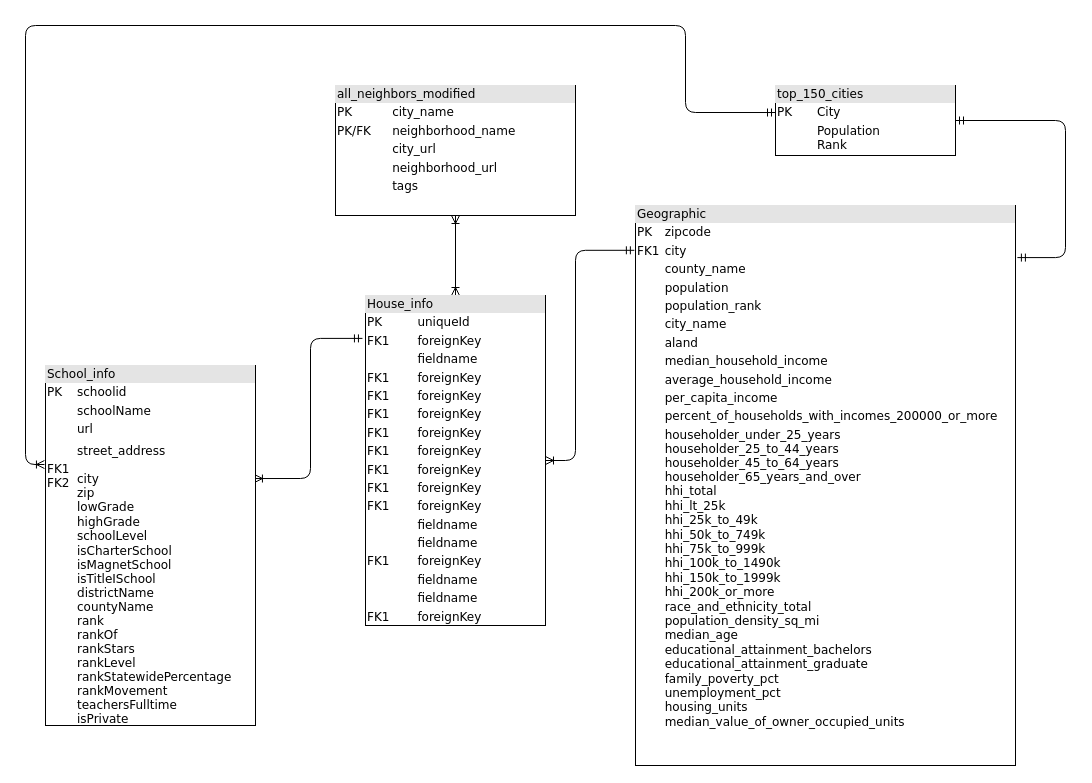
The draw.io diagram Diagram/DataBase-Diagram.drawio in sakuraszy/STATS-170A-Group, before the edit. Source tidied: cells renumbered, new cells numbered last; positions are measured from the earlier drawing's top-left corner, leaving out a move shared by most shapes. Both pictures are drawn from the tidied source at 100%, with x=0, y=0 at pixel (25, 25).
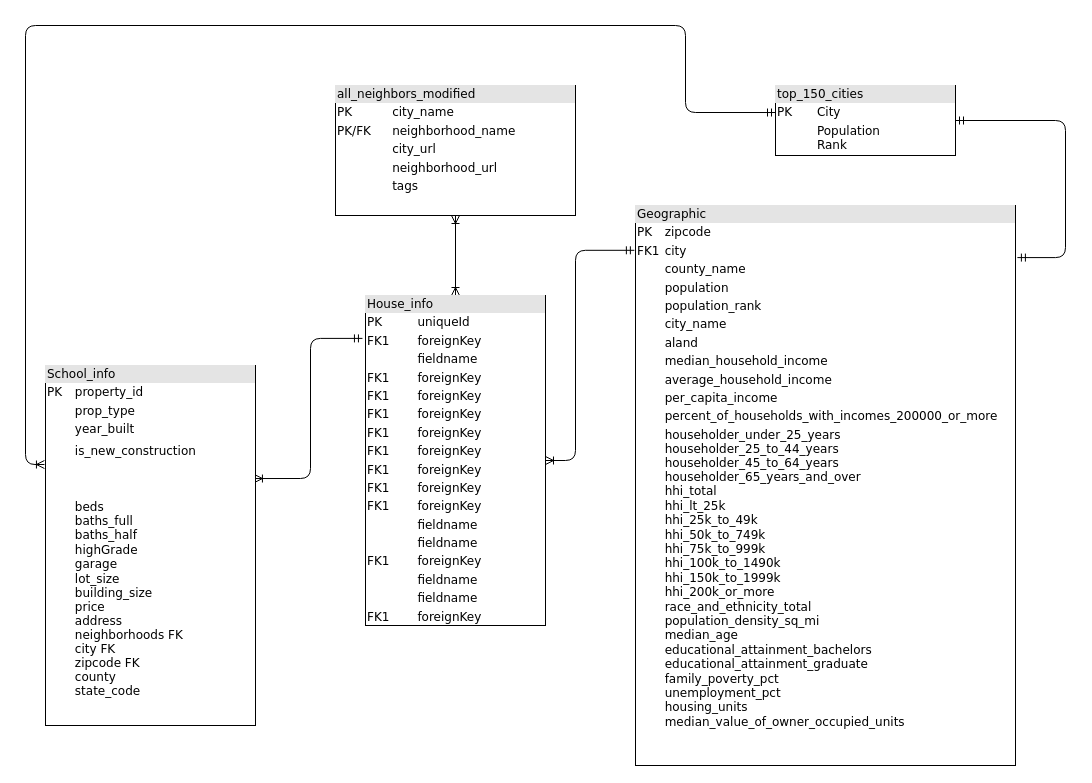
Above is the later version.

Diff of the diagram source:
```diff
@@
 <mxGraphModel background="#ffffff">
   <root>
     <mxCell id="0" />
     <mxCell id="1" parent="0" />
     <mxCell id="2" style="edgeStyle=orthogonalEdgeStyle;html=1;entryX=0.5;entryY=0;labelBackgroundColor=none;startArrow=ERoneToMany;endArrow=ERoneToMany;fontFamily=Verdana;fontSize=12;align=left;startFill=0;" parent="1" edge="1" source="4" target="9">
       <mxGeometry relative="1" as="geometry" />
     </mxCell>
     <mxCell id="3" style="edgeStyle=orthogonalEdgeStyle;html=1;labelBackgroundColor=none;startArrow=ERmandOne;endArrow=ERmandOne;fontFamily=Verdana;fontSize=12;align=left;startFill=0;endFill=0;entryX=1.005;entryY=0.093;entryDx=0;entryDy=0;entryPerimeter=0;exitX=1;exitY=0.5;exitDx=0;exitDy=0;" parent="1" edge="1" source="11" target="10">
       <mxGeometry relative="1" as="geometry">
         <Array as="points">
           <mxPoint x="1040" y="95" />
           <mxPoint x="1040" y="232" />
         </Array>
       </mxGeometry>
     </mxCell>
     <mxCell id="4" value="&lt;div style=&quot;box-sizing: border-box ; width: 100% ; background: #e4e4e4 ; padding: 2px&quot;&gt;all_neighbors_modified&lt;/div&gt;&lt;table style=&quot;width: 100% ; font-size: 1em&quot; cellpadding=&quot;2&quot; cellspacing=&quot;0&quot;&gt;&lt;tbody&gt;&lt;tr&gt;&lt;td&gt;PK&lt;/td&gt;&lt;td&gt;city_name&lt;/td&gt;&lt;/tr&gt;&lt;tr&gt;&lt;td&gt;PK/FK&lt;/td&gt;&lt;td&gt;neighborhood_name&lt;/td&gt;&lt;/tr&gt;&lt;tr&gt;&lt;td&gt;&lt;/td&gt;&lt;td&gt;city_url&lt;/td&gt;&lt;/tr&gt;&lt;tr&gt;&lt;td&gt;&lt;br&gt;&lt;/td&gt;&lt;td&gt;neighborhood_url&lt;br&gt;&lt;/td&gt;&lt;/tr&gt;&lt;tr&gt;&lt;td&gt;&lt;br&gt;&lt;/td&gt;&lt;td&gt;tags&lt;br&gt;&lt;/td&gt;&lt;/tr&gt;&lt;tr&gt;&lt;td&gt;&lt;br&gt;&lt;/td&gt;&lt;td&gt;&lt;br&gt;&lt;/td&gt;&lt;/tr&gt;&lt;/tbody&gt;&lt;/table&gt;" style="verticalAlign=top;align=left;overflow=fill;html=1;rounded=0;shadow=0;comic=0;labelBackgroundColor=none;strokeWidth=1;fontFamily=Verdana;fontSize=12;" parent="1" vertex="1">
       <mxGeometry x="310" y="60" width="240" height="130" as="geometry" />
     </mxCell>
     <mxCell id="5" style="edgeStyle=orthogonalEdgeStyle;jettySize=auto;html=1;entryX=0;entryY=0.386;entryDx=0;entryDy=0;entryPerimeter=0;endArrow=ERmandOne;endFill=0;exitX=-0.005;exitY=0.275;exitDx=0;exitDy=0;exitPerimeter=0;startArrow=ERoneToMany;startFill=0;rounded=1;" parent="1" edge="1" source="7" target="11">
       <mxGeometry relative="1" as="geometry">
         <Array as="points">
           <mxPoint y="439" />
           <mxPoint />
           <mxPoint x="660" />
           <mxPoint x="660" y="87" />
         </Array>
       </mxGeometry>
     </mxCell>
     <mxCell id="6" style="edgeStyle=orthogonalEdgeStyle;rounded=1;jettySize=auto;html=1;entryX=-0.017;entryY=0.13;entryDx=0;entryDy=0;startArrow=ERoneToMany;startFill=0;endArrow=ERmandOne;endFill=0;entryPerimeter=0;exitX=0.995;exitY=0.314;exitDx=0;exitDy=0;exitPerimeter=0;" parent="1" edge="1" source="7" target="9">
       <mxGeometry relative="1" as="geometry" />
     </mxCell>
-    <mxCell id="7" value="&lt;div style=&quot;box-sizing: border-box ; width: 100% ; background-color: rgb(228 , 228 , 228) ; padding: 2px&quot;&gt;&lt;font style=&quot;font-size: 12px&quot;&gt;School_info&lt;/font&gt;&lt;/div&gt;&lt;table style=&quot;width: 100%&quot; cellpadding=&quot;2&quot; cellspacing=&quot;0&quot;&gt;&lt;tbody&gt;&lt;tr&gt;&lt;td&gt;&lt;font style=&quot;font-size: 12px&quot;&gt;PK&lt;/font&gt;&lt;/td&gt;&lt;td&gt;&lt;font style=&quot;font-size: 12px&quot;&gt;schoolid&lt;/font&gt;&lt;/td&gt;&lt;/tr&gt;&lt;tr&gt;&lt;td&gt;&lt;font style=&quot;font-size: 12px&quot;&gt;&lt;br&gt;&lt;/font&gt;&lt;/td&gt;&lt;td&gt;&lt;font style=&quot;font-size: 12px&quot;&gt;schoolName&lt;br&gt;&lt;/font&gt;&lt;/td&gt;&lt;/tr&gt;&lt;tr&gt;&lt;td&gt;&lt;/td&gt;&lt;td&gt;&lt;font style=&quot;font-size: 12px&quot;&gt;url&lt;/font&gt;&lt;/td&gt;&lt;/tr&gt;&lt;tr&gt;&lt;td&gt;&lt;font style=&quot;font-size: 12px&quot;&gt;&lt;br&gt;&lt;/font&gt;&lt;/td&gt;&lt;td&gt;&lt;p style=&quot;margin: 0px ; font-stretch: normal ; line-height: normal ; font-family: &amp;#34;helvetica neue&amp;#34;&quot;&gt;&lt;font face=&quot;Verdana&quot; style=&quot;font-size: 12px&quot;&gt;street_address&lt;/font&gt;&lt;/p&gt;&lt;/td&gt;&lt;/tr&gt;&lt;tr&gt;&lt;td&gt;&lt;font style=&quot;font-size: 12px&quot;&gt;FK1&lt;br&gt;FK2&lt;br&gt;&lt;br&gt;&lt;br&gt;&lt;br&gt;&lt;br&gt;&lt;br&gt;&lt;br&gt;&lt;br&gt;&lt;br&gt;&lt;br&gt;&lt;br&gt;&lt;br&gt;&lt;br&gt;&lt;br&gt;&lt;br&gt;&lt;br&gt;&lt;br&gt;&lt;br&gt;&lt;br&gt;&lt;br&gt;&lt;/font&gt;&lt;/td&gt;&lt;td&gt;&lt;font style=&quot;font-size: 12px&quot;&gt;city&lt;br&gt;zip&lt;br&gt;lowGrade&lt;br&gt;highGrade&lt;br&gt;schoolLevel&lt;br&gt;&lt;p style=&quot;margin: 0px ; font-stretch: normal ; line-height: normal&quot;&gt;isCharterSchool&lt;/p&gt;&lt;p style=&quot;margin: 0px ; font-stretch: normal ; line-height: normal&quot;&gt;isMagnetSchool&lt;/p&gt;&lt;p style=&quot;margin: 0px ; font-stretch: normal ; line-height: normal&quot;&gt;isTitleISchool&lt;/p&gt;&lt;p style=&quot;margin: 0px ; font-stretch: normal ; line-height: normal&quot;&gt;districtName&lt;/p&gt;&lt;p style=&quot;margin: 0px ; font-stretch: normal ; line-height: normal&quot;&gt;countyName&lt;/p&gt;&lt;p style=&quot;margin: 0px ; font-stretch: normal ; line-height: normal&quot;&gt;rank&lt;/p&gt;&lt;p style=&quot;margin: 0px ; font-stretch: normal ; line-height: normal&quot;&gt;rankOf&lt;/p&gt;&lt;p style=&quot;margin: 0px ; font-stretch: normal ; line-height: normal&quot;&gt;rankStars&lt;/p&gt;&lt;p style=&quot;margin: 0px ; font-stretch: normal ; line-height: normal&quot;&gt;rankLevel&lt;/p&gt;&lt;p style=&quot;margin: 0px ; font-stretch: normal ; line-height: normal&quot;&gt;rankStatewidePercentage&lt;/p&gt;&lt;p style=&quot;margin: 0px ; font-stretch: normal ; line-height: normal&quot;&gt;rankMovement&lt;/p&gt;&lt;p style=&quot;margin: 0px ; font-stretch: normal ; line-height: normal&quot;&gt;teachersFulltime&lt;/p&gt;&lt;p style=&quot;margin: 0px ; font-stretch: normal ; line-height: normal&quot;&gt;isPrivate&lt;/p&gt;&lt;p style=&quot;margin: 0px ; font-stretch: normal ; line-height: normal&quot;&gt;&lt;br&gt;&lt;/p&gt;&lt;p style=&quot;margin: 0px ; font-stretch: normal ; line-height: normal&quot;&gt;&lt;br&gt;&lt;/p&gt;&lt;/font&gt;&lt;/td&gt;&lt;/tr&gt;&lt;/tbody&gt;&lt;/table&gt;" style="verticalAlign=top;align=left;overflow=fill;html=1;rounded=0;shadow=0;comic=0;labelBackgroundColor=none;strokeWidth=1;fontFamily=Verdana;fontSize=12;" parent="1" vertex="1">
+    <mxCell id="7" value="&lt;div style=&quot;box-sizing: border-box ; width: 100% ; background-color: rgb(228 , 228 , 228) ; padding: 2px&quot;&gt;&lt;font style=&quot;font-size: 12px&quot;&gt;School_info&lt;/font&gt;&lt;/div&gt;&lt;table style=&quot;width: 100%&quot; cellpadding=&quot;2&quot; cellspacing=&quot;0&quot;&gt;&lt;tbody&gt;&lt;tr&gt;&lt;td&gt;&lt;font style=&quot;font-size: 12px&quot;&gt;PK&lt;/font&gt;&lt;/td&gt;&lt;td&gt;&lt;font style=&quot;font-size: 12px&quot;&gt;property_id&lt;/font&gt;&lt;/td&gt;&lt;/tr&gt;&lt;tr&gt;&lt;td&gt;&lt;font style=&quot;font-size: 12px&quot;&gt;&lt;br&gt;&lt;/font&gt;&lt;/td&gt;&lt;td&gt;&lt;font style=&quot;font-size: 12px&quot;&gt;prop_type&lt;br&gt;&lt;/font&gt;&lt;/td&gt;&lt;/tr&gt;&lt;tr&gt;&lt;td&gt;&lt;/td&gt;&lt;td&gt;&lt;font style=&quot;font-size: 12px&quot;&gt;year_built&lt;/font&gt;&lt;/td&gt;&lt;/tr&gt;&lt;tr&gt;&lt;td&gt;&lt;font style=&quot;font-size: 12px&quot;&gt;&lt;br&gt;&lt;/font&gt;&lt;/td&gt;&lt;td&gt;&lt;p style=&quot;margin: 0px ; font-stretch: normal ; line-height: normal ; font-family: &amp;#34;helvetica neue&amp;#34;&quot;&gt;&lt;font face=&quot;Verdana&quot; style=&quot;font-size: 12px&quot;&gt;is_new_construction&lt;/font&gt;&lt;/p&gt;&lt;/td&gt;&lt;/tr&gt;&lt;tr&gt;&lt;td&gt;&lt;font style=&quot;font-size: 12px&quot;&gt;&lt;br&gt;&lt;br&gt;&lt;br&gt;&lt;br&gt;&lt;br&gt;&lt;br&gt;&lt;br&gt;&lt;br&gt;&lt;br&gt;&lt;br&gt;&lt;br&gt;&lt;br&gt;&lt;br&gt;&lt;br&gt;&lt;br&gt;&lt;br&gt;&lt;br&gt;&lt;br&gt;&lt;br&gt;&lt;br&gt;&lt;br&gt;&lt;/font&gt;&lt;/td&gt;&lt;td&gt;&lt;font&gt;beds&lt;br&gt;baths_full&lt;br&gt;baths_half&lt;br&gt;highGrade&lt;br&gt;garage&lt;br&gt;&lt;p style=&quot;font-size: 12px ; margin: 0px ; font-stretch: normal ; line-height: normal&quot;&gt;lot_size&lt;/p&gt;&lt;p style=&quot;font-size: 12px ; margin: 0px ; font-stretch: normal ; line-height: normal&quot;&gt;building_size&lt;/p&gt;&lt;p style=&quot;font-size: 12px ; margin: 0px ; font-stretch: normal ; line-height: normal&quot;&gt;price&lt;/p&gt;&lt;p style=&quot;font-size: 12px ; margin: 0px ; font-stretch: normal ; line-height: normal&quot;&gt;address&lt;/p&gt;&lt;p style=&quot;font-size: 12px ; margin: 0px ; font-stretch: normal ; line-height: normal&quot;&gt;&lt;span&gt;neighborhoods FK&lt;/span&gt;&lt;/p&gt;&lt;p style=&quot;font-size: 12px ; margin: 0px ; font-stretch: normal ; line-height: normal&quot;&gt;city FK&lt;/p&gt;&lt;p style=&quot;font-size: 12px ; margin: 0px ; font-stretch: normal ; line-height: normal&quot;&gt;zipcode FK&lt;/p&gt;&lt;p style=&quot;font-size: 12px ; margin: 0px ; font-stretch: normal ; line-height: normal&quot;&gt;county&lt;/p&gt;&lt;p style=&quot;font-size: 12px ; margin: 0px ; font-stretch: normal ; line-height: normal&quot;&gt;state_code&lt;/p&gt;&lt;p style=&quot;font-size: 12px ; margin: 0px ; font-stretch: normal ; line-height: normal&quot;&gt;&lt;br&gt;&lt;/p&gt;&lt;p style=&quot;font-size: 12px ; margin: 0px ; font-stretch: normal ; line-height: normal&quot;&gt;&lt;br&gt;&lt;/p&gt;&lt;/font&gt;&lt;/td&gt;&lt;/tr&gt;&lt;/tbody&gt;&lt;/table&gt;" style="verticalAlign=top;align=left;overflow=fill;html=1;rounded=0;shadow=0;comic=0;labelBackgroundColor=none;strokeWidth=1;fontFamily=Verdana;fontSize=12;" parent="1" vertex="1">
       <mxGeometry x="20" y="340" width="210" height="360" as="geometry" />
     </mxCell>
     <mxCell id="8" style="edgeStyle=orthogonalEdgeStyle;jettySize=auto;html=1;startArrow=ERoneToMany;startFill=0;endArrow=ERmandOne;endFill=0;rounded=1;entryX=-0.003;entryY=0.08;entryDx=0;entryDy=0;entryPerimeter=0;" parent="1" edge="1" source="9" target="10">
       <mxGeometry relative="1" as="geometry">
         <Array as="points">
           <mxPoint x="550" y="435" />
           <mxPoint x="550" y="225" />
         </Array>
       </mxGeometry>
     </mxCell>
     <mxCell id="9" value="&lt;div style=&quot;box-sizing: border-box ; width: 100% ; background: #e4e4e4 ; padding: 2px&quot;&gt;House_info&lt;/div&gt;&lt;table style=&quot;width: 100% ; font-size: 1em&quot; cellpadding=&quot;2&quot; cellspacing=&quot;0&quot;&gt;&lt;tbody&gt;&lt;tr&gt;&lt;td&gt;PK&lt;/td&gt;&lt;td&gt;uniqueId&lt;/td&gt;&lt;/tr&gt;&lt;tr&gt;&lt;td&gt;FK1&lt;/td&gt;&lt;td&gt;foreignKey&lt;/td&gt;&lt;/tr&gt;&lt;tr&gt;&lt;td&gt;&lt;/td&gt;&lt;td&gt;fieldname&lt;/td&gt;&lt;/tr&gt;&lt;tr&gt;&lt;td&gt;FK1&lt;br&gt;&lt;/td&gt;&lt;td&gt;foreignKey&lt;br&gt;&lt;/td&gt;&lt;/tr&gt;&lt;tr&gt;&lt;td&gt;FK1&lt;br&gt;&lt;/td&gt;&lt;td&gt;foreignKey&lt;br&gt;&lt;/td&gt;&lt;/tr&gt;&lt;tr&gt;&lt;td&gt;FK1&lt;br&gt;&lt;/td&gt;&lt;td&gt;foreignKey&lt;br&gt;&lt;/td&gt;&lt;/tr&gt;&lt;tr&gt;&lt;td&gt;FK1&lt;br&gt;&lt;/td&gt;&lt;td&gt;foreignKey&lt;br&gt;&lt;/td&gt;&lt;/tr&gt;&lt;tr&gt;&lt;td&gt;FK1&lt;br&gt;&lt;/td&gt;&lt;td&gt;foreignKey&lt;br&gt;&lt;/td&gt;&lt;/tr&gt;&lt;tr&gt;&lt;td&gt;FK1&lt;br&gt;&lt;/td&gt;&lt;td&gt;foreignKey&lt;br&gt;&lt;/td&gt;&lt;/tr&gt;&lt;tr&gt;&lt;td&gt;FK1&lt;br&gt;&lt;/td&gt;&lt;td&gt;foreignKey&lt;br&gt;&lt;/td&gt;&lt;/tr&gt;&lt;tr&gt;&lt;td&gt;FK1&lt;br&gt;&lt;/td&gt;&lt;td&gt;foreignKey&lt;br&gt;&lt;/td&gt;&lt;/tr&gt;&lt;tr&gt;&lt;td&gt;&lt;br&gt;&lt;/td&gt;&lt;td&gt;fieldname&lt;br&gt;&lt;/td&gt;&lt;/tr&gt;&lt;tr&gt;&lt;td&gt;&lt;br&gt;&lt;/td&gt;&lt;td&gt;fieldname&lt;br&gt;&lt;/td&gt;&lt;/tr&gt;&lt;tr&gt;&lt;td&gt;FK1&lt;br&gt;&lt;/td&gt;&lt;td&gt;foreignKey&lt;br&gt;&lt;/td&gt;&lt;/tr&gt;&lt;tr&gt;&lt;td&gt;&lt;br&gt;&lt;/td&gt;&lt;td&gt;fieldname&lt;br&gt;&lt;/td&gt;&lt;/tr&gt;&lt;tr&gt;&lt;td&gt;&lt;br&gt;&lt;/td&gt;&lt;td&gt;fieldname&lt;br&gt;&lt;/td&gt;&lt;/tr&gt;&lt;tr&gt;&lt;td&gt;FK1&lt;br&gt;&lt;/td&gt;&lt;td&gt;foreignKey&lt;br&gt;&lt;/td&gt;&lt;/tr&gt;&lt;/tbody&gt;&lt;/table&gt;" style="verticalAlign=top;align=left;overflow=fill;html=1;rounded=0;shadow=0;comic=0;labelBackgroundColor=none;strokeWidth=1;fontFamily=Verdana;fontSize=12;" parent="1" vertex="1">
       <mxGeometry x="340" y="270" width="180" height="330" as="geometry" />
     </mxCell>
     <mxCell id="10" value="&lt;div style=&quot;box-sizing: border-box ; width: 100% ; background: #e4e4e4 ; padding: 2px&quot;&gt;Geographic&lt;/div&gt;&lt;table style=&quot;width: 100%&quot; cellpadding=&quot;2&quot; cellspacing=&quot;0&quot;&gt;&lt;tbody&gt;&lt;tr&gt;&lt;td&gt;PK&lt;/td&gt;&lt;td&gt;zipcode&lt;/td&gt;&lt;/tr&gt;&lt;tr&gt;&lt;td&gt;FK1&lt;/td&gt;&lt;td&gt;city&lt;/td&gt;&lt;/tr&gt;&lt;tr&gt;&lt;td&gt;&lt;/td&gt;&lt;td&gt;county_name&lt;br&gt;&lt;/td&gt;&lt;/tr&gt;&lt;tr&gt;&lt;td&gt;&lt;br&gt;&lt;/td&gt;&lt;td&gt;population&lt;/td&gt;&lt;/tr&gt;&lt;tr&gt;&lt;td&gt;&lt;br&gt;&lt;/td&gt;&lt;td&gt;population_rank&lt;br&gt;&lt;/td&gt;&lt;/tr&gt;&lt;tr&gt;&lt;td&gt;&lt;br&gt;&lt;/td&gt;&lt;td&gt;city_name&lt;/td&gt;&lt;/tr&gt;&lt;tr&gt;&lt;td&gt;&lt;br&gt;&lt;/td&gt;&lt;td&gt;aland&lt;/td&gt;&lt;/tr&gt;&lt;tr&gt;&lt;td&gt;&lt;br&gt;&lt;/td&gt;&lt;td&gt;&lt;p style=&quot;margin: 0px ; font-stretch: normal ; line-height: normal&quot;&gt;&lt;font style=&quot;font-size: 12px&quot;&gt;median_household_income&lt;/font&gt;&lt;/p&gt;&lt;/td&gt;&lt;/tr&gt;&lt;tr&gt;&lt;td&gt;&lt;br&gt;&lt;/td&gt;&lt;td&gt;&lt;p style=&quot;margin: 0px ; font-stretch: normal ; line-height: normal&quot;&gt;&lt;font style=&quot;font-size: 12px&quot;&gt;average_household_income&lt;/font&gt;&lt;/p&gt;&lt;/td&gt;&lt;/tr&gt;&lt;tr&gt;&lt;td&gt;&lt;br&gt;&lt;/td&gt;&lt;td&gt;&lt;p style=&quot;margin: 0px&quot;&gt;&lt;font color=&quot;#000000&quot; style=&quot;font-stretch: normal ; line-height: normal ; font-size: 12px&quot;&gt;per_capita_income&lt;/font&gt;&lt;/p&gt;&lt;/td&gt;&lt;/tr&gt;&lt;tr&gt;&lt;td&gt;&lt;font style=&quot;font-size: 12px&quot;&gt;&lt;br&gt;&lt;/font&gt;&lt;/td&gt;&lt;td&gt;&lt;p style=&quot;margin: 0px&quot;&gt;&lt;font color=&quot;#000000&quot; style=&quot;font-stretch: normal ; line-height: normal ; font-size: 12px&quot;&gt;percent_of_households_with_incomes_200000_or_more&lt;/font&gt;&lt;/p&gt;&lt;/td&gt;&lt;/tr&gt;&lt;tr&gt;&lt;td&gt;&lt;font style=&quot;font-size: 12px&quot;&gt;&lt;br&gt;&lt;/font&gt;&lt;/td&gt;&lt;td&gt;&lt;p style=&quot;margin: 0px ; font-stretch: normal ; line-height: normal&quot;&gt;&lt;font style=&quot;font-size: 12px&quot;&gt;householder_under_25_years&lt;/font&gt;&lt;/p&gt;&lt;p style=&quot;margin: 0px ; font-stretch: normal ; line-height: normal&quot;&gt;&lt;font style=&quot;font-size: 12px&quot;&gt;householder_25_to_44_years&lt;/font&gt;&lt;/p&gt;&lt;p style=&quot;margin: 0px&quot;&gt;&lt;font color=&quot;#000000&quot; style=&quot;font-stretch: normal ; line-height: normal ; font-size: 12px&quot;&gt;householder_45_to_64_years&lt;/font&gt;&lt;/p&gt;&lt;p style=&quot;margin: 0px&quot;&gt;&lt;font color=&quot;#000000&quot; style=&quot;font-stretch: normal ; line-height: normal ; font-size: 12px&quot;&gt;&lt;/font&gt;&lt;/p&gt;&lt;p style=&quot;margin: 0px&quot;&gt;&lt;font color=&quot;#000000&quot; style=&quot;font-stretch: normal ; line-height: normal ; font-size: 12px&quot;&gt;householder_65_years_and_over&lt;/font&gt;&lt;/p&gt;&lt;p style=&quot;margin: 0px&quot;&gt;&lt;font color=&quot;#000000&quot; style=&quot;font-stretch: normal ; line-height: normal ; font-size: 12px&quot;&gt;&lt;/font&gt;&lt;/p&gt;&lt;p style=&quot;margin: 0px&quot;&gt;&lt;font color=&quot;#000000&quot; style=&quot;font-stretch: normal ; line-height: normal ; font-size: 12px&quot;&gt;hhi_total&lt;/font&gt;&lt;/p&gt;&lt;p style=&quot;margin: 0px&quot;&gt;&lt;font color=&quot;#000000&quot; style=&quot;font-stretch: normal ; line-height: normal ; font-size: 12px&quot;&gt;&lt;/font&gt;&lt;/p&gt;&lt;p style=&quot;margin: 0px&quot;&gt;&lt;font color=&quot;#000000&quot; style=&quot;font-stretch: normal ; line-height: normal ; font-size: 12px&quot;&gt;hhi_lt_25k&lt;/font&gt;&lt;/p&gt;&lt;p style=&quot;margin: 0px&quot;&gt;&lt;font color=&quot;#000000&quot; style=&quot;font-stretch: normal ; line-height: normal ; font-size: 12px&quot;&gt;&lt;/font&gt;&lt;/p&gt;&lt;p style=&quot;margin: 0px&quot;&gt;&lt;font color=&quot;#000000&quot; style=&quot;font-stretch: normal ; line-height: normal ; font-size: 12px&quot;&gt;hhi_25k_to_49k&lt;/font&gt;&lt;/p&gt;&lt;p style=&quot;margin: 0px&quot;&gt;&lt;font color=&quot;#000000&quot; style=&quot;font-stretch: normal ; line-height: normal ; font-size: 12px&quot;&gt;&lt;/font&gt;&lt;/p&gt;&lt;p style=&quot;margin: 0px&quot;&gt;&lt;font color=&quot;#000000&quot; style=&quot;font-stretch: normal ; line-height: normal ; font-size: 12px&quot;&gt;hhi_50k_to_749k&lt;/font&gt;&lt;/p&gt;&lt;p style=&quot;margin: 0px&quot;&gt;&lt;font color=&quot;#000000&quot; style=&quot;font-stretch: normal ; line-height: normal ; font-size: 12px&quot;&gt;&lt;/font&gt;&lt;/p&gt;&lt;p style=&quot;margin: 0px&quot;&gt;&lt;font color=&quot;#000000&quot; style=&quot;font-stretch: normal ; line-height: normal ; font-size: 12px&quot;&gt;hhi_75k_to_999k&lt;/font&gt;&lt;/p&gt;&lt;p style=&quot;margin: 0px&quot;&gt;&lt;font color=&quot;#000000&quot; style=&quot;font-stretch: normal ; line-height: normal ; font-size: 12px&quot;&gt;&lt;/font&gt;&lt;/p&gt;&lt;p style=&quot;margin: 0px&quot;&gt;&lt;font color=&quot;#000000&quot; style=&quot;font-stretch: normal ; line-height: normal ; font-size: 12px&quot;&gt;hhi_100k_to_1490k&lt;/font&gt;&lt;/p&gt;&lt;p style=&quot;margin: 0px&quot;&gt;&lt;font color=&quot;#000000&quot; style=&quot;font-stretch: normal ; line-height: normal ; font-size: 12px&quot;&gt;&lt;/font&gt;&lt;/p&gt;&lt;p style=&quot;margin: 0px&quot;&gt;&lt;font color=&quot;#000000&quot; style=&quot;font-stretch: normal ; line-height: normal ; font-size: 12px&quot;&gt;hhi_150k_to_1999k&lt;/font&gt;&lt;/p&gt;&lt;p style=&quot;margin: 0px&quot;&gt;&lt;font color=&quot;#000000&quot; style=&quot;font-stretch: normal ; line-height: normal ; font-size: 12px&quot;&gt;&lt;/font&gt;&lt;/p&gt;&lt;p style=&quot;margin: 0px&quot;&gt;&lt;font color=&quot;#000000&quot; style=&quot;font-stretch: normal ; line-height: normal ; font-size: 12px&quot;&gt;hhi_200k_or_more&lt;/font&gt;&lt;/p&gt;&lt;p style=&quot;margin: 0px&quot;&gt;&lt;font color=&quot;#000000&quot; style=&quot;font-stretch: normal ; line-height: normal ; font-size: 12px&quot;&gt;&lt;/font&gt;&lt;/p&gt;&lt;p style=&quot;margin: 0px&quot;&gt;&lt;font color=&quot;#000000&quot; style=&quot;font-stretch: normal ; line-height: normal ; font-size: 12px&quot;&gt;race_and_ethnicity_total&lt;/font&gt;&lt;/p&gt;&lt;p style=&quot;margin: 0px&quot;&gt;&lt;font color=&quot;#000000&quot; style=&quot;font-stretch: normal ; line-height: normal ; font-size: 12px&quot;&gt;&lt;/font&gt;&lt;/p&gt;&lt;p style=&quot;margin: 0px&quot;&gt;&lt;font color=&quot;#000000&quot; style=&quot;font-stretch: normal ; line-height: normal ; font-size: 12px&quot;&gt;population_density_sq_mi&lt;/font&gt;&lt;/p&gt;&lt;p style=&quot;margin: 0px&quot;&gt;&lt;font color=&quot;#000000&quot; style=&quot;font-stretch: normal ; line-height: normal ; font-size: 12px&quot;&gt;&lt;/font&gt;&lt;/p&gt;&lt;p style=&quot;margin: 0px&quot;&gt;&lt;font color=&quot;#000000&quot; style=&quot;font-stretch: normal ; line-height: normal ; font-size: 12px&quot;&gt;median_age&lt;/font&gt;&lt;/p&gt;&lt;p style=&quot;margin: 0px&quot;&gt;&lt;font color=&quot;#000000&quot; style=&quot;font-stretch: normal ; line-height: normal ; font-size: 12px&quot;&gt;&lt;/font&gt;&lt;/p&gt;&lt;p style=&quot;margin: 0px&quot;&gt;&lt;font color=&quot;#000000&quot; style=&quot;font-stretch: normal ; line-height: normal ; font-size: 12px&quot;&gt;educational_attainment_bachelors&lt;/font&gt;&lt;/p&gt;&lt;p style=&quot;margin: 0px&quot;&gt;&lt;font color=&quot;#000000&quot; style=&quot;font-stretch: normal ; line-height: normal ; font-size: 12px&quot;&gt;&lt;/font&gt;&lt;/p&gt;&lt;p style=&quot;margin: 0px&quot;&gt;&lt;font color=&quot;#000000&quot; style=&quot;font-stretch: normal ; line-height: normal ; font-size: 12px&quot;&gt;educational_attainment_graduate&lt;/font&gt;&lt;/p&gt;&lt;p style=&quot;margin: 0px&quot;&gt;&lt;font color=&quot;#000000&quot; style=&quot;font-stretch: normal ; line-height: normal ; font-size: 12px&quot;&gt;&lt;/font&gt;&lt;/p&gt;&lt;p style=&quot;margin: 0px&quot;&gt;&lt;font color=&quot;#000000&quot; style=&quot;font-stretch: normal ; line-height: normal ; font-size: 12px&quot;&gt;family_poverty_pct&lt;/font&gt;&lt;/p&gt;&lt;p style=&quot;margin: 0px&quot;&gt;&lt;font color=&quot;#000000&quot; style=&quot;font-stretch: normal ; line-height: normal ; font-size: 12px&quot;&gt;&lt;/font&gt;&lt;/p&gt;&lt;p style=&quot;margin: 0px&quot;&gt;&lt;font color=&quot;#000000&quot; style=&quot;font-stretch: normal ; line-height: normal ; font-size: 12px&quot;&gt;unemployment_pct&lt;/font&gt;&lt;/p&gt;&lt;p style=&quot;margin: 0px&quot;&gt;&lt;font color=&quot;#000000&quot; style=&quot;font-stretch: normal ; line-height: normal ; font-size: 12px&quot;&gt;&lt;/font&gt;&lt;/p&gt;&lt;p style=&quot;margin: 0px&quot;&gt;&lt;font color=&quot;#000000&quot; style=&quot;font-stretch: normal ; line-height: normal ; font-size: 12px&quot;&gt;housing_units&lt;/font&gt;&lt;/p&gt;&lt;p style=&quot;margin: 0px&quot;&gt;&lt;font color=&quot;#000000&quot; style=&quot;font-stretch: normal ; line-height: normal ; font-size: 12px&quot;&gt;&lt;/font&gt;&lt;/p&gt;&lt;p style=&quot;margin: 0px&quot;&gt;&lt;font color=&quot;#000000&quot; style=&quot;font-stretch: normal ; line-height: normal ; font-size: 12px&quot;&gt;median_value_of_owner_occupied_units&lt;/font&gt;&lt;/p&gt;&lt;/td&gt;&lt;/tr&gt;&lt;/tbody&gt;&lt;/table&gt;" style="verticalAlign=top;align=left;overflow=fill;html=1;rounded=0;shadow=0;comic=0;labelBackgroundColor=none;strokeWidth=1;fontFamily=Verdana;fontSize=12;" parent="1" vertex="1">
       <mxGeometry x="610" y="180" width="380" height="560" as="geometry" />
     </mxCell>
     <mxCell id="11" value="&lt;div style=&quot;box-sizing: border-box ; width: 100% ; background: #e4e4e4 ; padding: 2px&quot;&gt;top_150_cities&lt;/div&gt;&lt;table style=&quot;width: 100% ; font-size: 1em&quot; cellpadding=&quot;2&quot; cellspacing=&quot;0&quot;&gt;&lt;tbody&gt;&lt;tr&gt;&lt;td&gt;PK&lt;/td&gt;&lt;td&gt;City&lt;br&gt;&lt;/td&gt;&lt;/tr&gt;&lt;tr&gt;&lt;td&gt;&lt;br&gt;&lt;/td&gt;&lt;td&gt;Population&lt;br&gt;Rank&lt;/td&gt;&lt;/tr&gt;&lt;/tbody&gt;&lt;/table&gt;" style="verticalAlign=top;align=left;overflow=fill;html=1;rounded=0;shadow=0;comic=0;labelBackgroundColor=none;strokeWidth=1;fontFamily=Verdana;fontSize=12;" parent="1" vertex="1">
       <mxGeometry x="750" y="60" width="180" height="70" as="geometry" />
     </mxCell>
   </root>
 </mxGraphModel>
```
